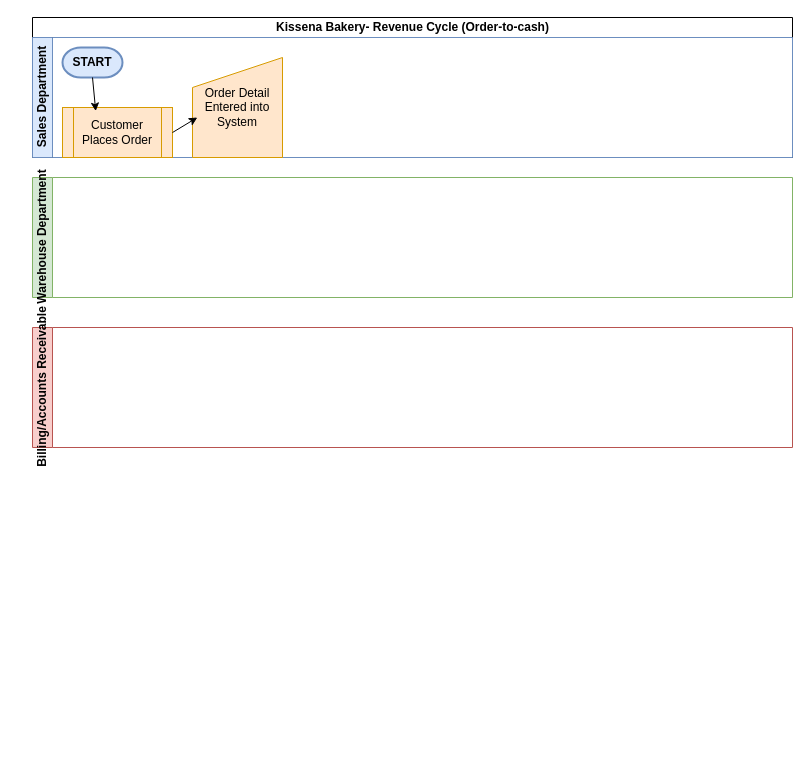
Kari325/draw.io keeps this draw.io diagram as Untitled Diagram.drawio. Above is the earlier version. Source tidied: cells renumbered, new cells numbered last; positions are measured from the earlier drawing's top-left corner, leaving out a move shared by most shapes. Both pictures are drawn from the tidied source at 100%, with x=0, y=0 at pixel (32, 17).
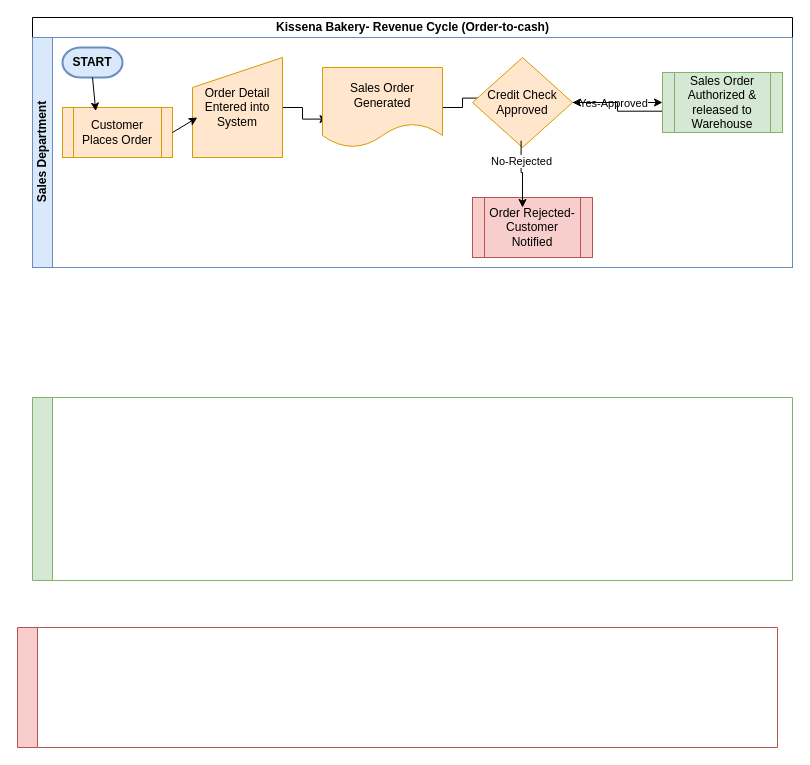
After the change.

Unchanged cells that the change refers to:
```xml
<mxCell id="7" value="Order Detail Entered into System" style="shape=manualInput;whiteSpace=wrap;html=1;fillColor=#ffe6cc;strokeColor=#d79b00;" parent="3" vertex="1">
  <mxGeometry x="160" y="20" width="90" height="100" as="geometry" />
</mxCell>
```

What changed in the source:
```diff
@@
     <mxCell id="2" value="Kissena Bakery- Revenue Cycle (Order-to-cash)" style="swimlane;horizontal=1;startSize=20;html=1;" parent="1" vertex="1">
-      <mxGeometry width="760" height="140" as="geometry" />
+      <mxGeometry width="760" height="250" as="geometry" />
     </mxCell>
     <mxCell id="3" value="Sales Department" style="swimlane;startSize=20;horizontal=0;html=1;fillColor=#dae8fc;strokeColor=#6c8ebf;" parent="2" vertex="1">
-      <mxGeometry y="20" width="760" height="120" as="geometry" />
+      <mxGeometry y="20" width="760" height="230" as="geometry" />
     </mxCell>
@@
+    <mxCell id="11" style="edgeStyle=orthogonalEdgeStyle;rounded=0;jettySize=auto;html=1;entryX=0.046;entryY=0.645;entryDx=0;entryDy=0;entryPerimeter=0;exitX=1;exitY=0.5;exitDx=0;exitDy=0;" parent="3" edge="1" source="7" target="13">
+      <mxGeometry relative="1" as="geometry" />
+    </mxCell>
@@
+    <mxCell id="12" style="edgeStyle=orthogonalEdgeStyle;rounded=0;jettySize=auto;html=1;entryX=0.187;entryY=0.451;entryDx=0;entryDy=0;entryPerimeter=0;exitX=1;exitY=0.5;exitDx=0;exitDy=0;" parent="3" edge="1" source="13" target="16">
+      <mxGeometry relative="1" as="geometry" />
+    </mxCell>
+    <mxCell id="13" value="Sales Order Generated" style="shape=document;whiteSpace=wrap;html=1;boundedLbl=1;fillColor=#ffe6cc;strokeColor=#d79b00;" parent="3" vertex="1">
+      <mxGeometry x="290" y="30" width="120" height="80" as="geometry" />
+    </mxCell>
+    <mxCell id="14" style="edgeStyle=orthogonalEdgeStyle;rounded=0;jettySize=auto;html=1;" parent="3" edge="1" source="16">
+      <mxGeometry relative="1" as="geometry">
+        <mxPoint x="630" y="65" as="targetPoint" />
+      </mxGeometry>
+    </mxCell>
+    <mxCell id="15" value="Yes-Approved" style="edgeLabel;html=1;align=center;verticalAlign=middle;" parent="14" vertex="1">
+      <mxGeometry x="-0.47" relative="1" as="geometry">
+        <mxPoint x="16" as="offset" />
+      </mxGeometry>
+    </mxCell>
+    <mxCell id="16" value="Credit Check Approved" style="rhombus;whiteSpace=wrap;html=1;fillColor=#ffe6cc;strokeColor=#d79b00;" parent="3" vertex="1">
+      <mxGeometry x="440" y="20" width="100" height="90" as="geometry" />
+    </mxCell>
+    <mxCell id="17" value="Order Rejected- Customer Notified" style="shape=process;whiteSpace=wrap;html=1;backgroundOutline=1;fillColor=#f8cecc;strokeColor=#b85450;" parent="3" vertex="1">
+      <mxGeometry x="440" y="160" width="120" height="60" as="geometry" />
+    </mxCell>
+    <mxCell id="18" style="edgeStyle=orthogonalEdgeStyle;rounded=0;jettySize=auto;html=1;entryX=0.417;entryY=0.167;entryDx=0;entryDy=0;entryPerimeter=0;exitX=0.486;exitY=0.924;exitDx=0;exitDy=0;exitPerimeter=0;" parent="3" edge="1" source="16" target="17">
+      <mxGeometry relative="1" as="geometry" />
+    </mxCell>
+    <mxCell id="19" value="No-Rejected" style="edgeLabel;html=1;align=center;verticalAlign=middle;" parent="18" vertex="1">
+      <mxGeometry x="-0.41" y="-1" relative="1" as="geometry">
+        <mxPoint x="1" as="offset" />
+      </mxGeometry>
+    </mxCell>
+    <mxCell id="20" style="edgeStyle=orthogonalEdgeStyle;rounded=0;jettySize=auto;html=1;exitX=0.076;exitY=0.645;exitDx=0;exitDy=0;exitPerimeter=0;" parent="3" edge="1" source="21" target="16">
+      <mxGeometry relative="1" as="geometry" />
+    </mxCell>
+    <mxCell id="21" value="Sales Order Authorized &amp;amp; released to Warehouse" style="shape=process;whiteSpace=wrap;html=1;backgroundOutline=1;fillColor=#d5e8d4;strokeColor=#82b366;" parent="3" vertex="1">
+      <mxGeometry x="630" y="35" width="120" height="60" as="geometry" />
+    </mxCell>
-    <mxCell id="9" value="Billing/Accounts Receivable" style="swimlane;startSize=20;horizontal=0;html=1;fillColor=#f8cecc;strokeColor=#b85450;" parent="1" vertex="1">
-      <mxGeometry y="310" width="760" height="120" as="geometry" />
+    <mxCell id="9" value="&amp;nbsp; &amp;nbsp; &amp;nbsp; &amp;nbsp; &amp;nbsp; &amp;nbsp; &amp;nbsp; &amp;nbsp;&amp;nbsp; " style="swimlane;startSize=20;horizontal=0;html=1;fillColor=#f8cecc;strokeColor=#b85450;" parent="1" vertex="1">
+      <mxGeometry x="-15" y="610" width="760" height="120" as="geometry" />
     </mxCell>
-    <mxCell id="10" value="Warehouse Department" style="swimlane;startSize=20;horizontal=0;html=1;fillColor=#d5e8d4;strokeColor=#82b366;" parent="1" vertex="1">
-      <mxGeometry y="160" width="760" height="120" as="geometry" />
+    <mxCell id="10" value="&amp;nbsp; &amp;nbsp; &amp;nbsp; &amp;nbsp; &amp;nbsp; &amp;nbsp; &amp;nbsp; &amp;nbsp; &amp;nbsp; &amp;nbsp; &amp;nbsp; &amp;nbsp; &amp;nbsp; &amp;nbsp; &amp;nbsp; &amp;nbsp; &amp;nbsp; &amp;nbsp; &amp;nbsp; &amp;nbsp; &amp;nbsp; &amp;nbsp; &amp;nbsp; &amp;nbsp; &amp;nbsp; &amp;nbsp; &amp;nbsp; &amp;nbsp; &amp;nbsp; &amp;nbsp; &amp;nbsp; &amp;nbsp; &amp;nbsp; &amp;nbsp; &amp;nbsp; &amp;nbsp; &amp;nbsp; &amp;nbsp; &amp;nbsp; &amp;nbsp; &amp;nbsp; &amp;nbsp; &amp;nbsp; &amp;nbsp; &amp;nbsp; &amp;nbsp; &amp;nbsp; &amp;nbsp; &amp;nbsp; &amp;nbsp; &amp;nbsp; &amp;nbsp; &amp;nbsp; &amp;nbsp; &amp;nbsp; &amp;nbsp; &amp;nbsp; &amp;nbsp; &amp;nbsp; &amp;nbsp; &amp;nbsp; &amp;nbsp; &amp;nbsp; &amp;nbsp; &amp;nbsp; &amp;nbsp; &amp;nbsp; &amp;nbsp; &amp;nbsp; &amp;nbsp; &amp;nbsp; &amp;nbsp; " style="swimlane;startSize=20;horizontal=0;html=1;fillColor=#d5e8d4;strokeColor=#82b366;" parent="1" vertex="1">
+      <mxGeometry y="380" width="760" height="183" as="geometry" />
     </mxCell>
```
